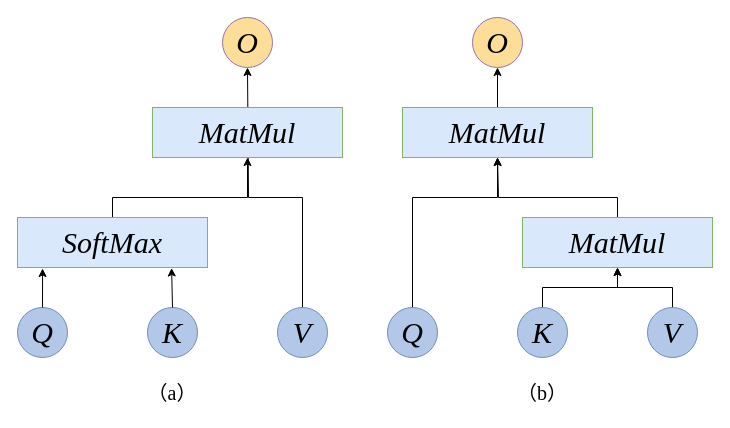
lengyueit/paper_pic keeps this draw.io diagram as efficient_transformer/compare_att.drawio. Above is the earlier version. Source tidied: cells renumbered, new cells numbered last; positions are measured from the earlier drawing's top-left corner, leaving out a move shared by most shapes. Both pictures are drawn from the tidied source at 100%, with x=0, y=0 at pixel (17, 17).
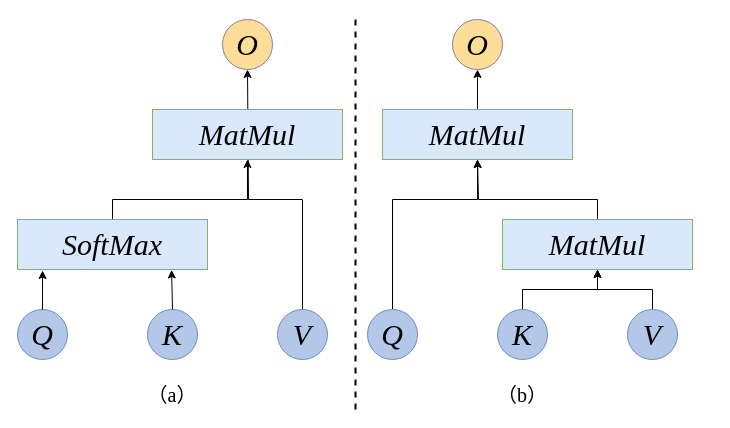
The same page after the edit.

The edit, as a diff of the source:
```diff
@@
     <mxCell id="2" style="edgeStyle=orthogonalEdgeStyle;rounded=0;jettySize=auto;html=1;exitX=0.5;exitY=0;exitDx=0;exitDy=0;entryX=0.5;entryY=1;entryDx=0;entryDy=0;" parent="1" edge="1" source="3" target="10">
       <mxGeometry relative="1" as="geometry">
         <Array as="points">
-          <mxPoint x="95" y="180" />
-          <mxPoint x="230" y="180" />
+          <mxPoint x="95" y="182" />
+          <mxPoint x="230" y="182" />
         </Array>
       </mxGeometry>
     </mxCell>
     <mxCell id="3" value="SoftMax" style="rounded=0;whiteSpace=wrap;html=1;fontFamily=Times New Roman;fontSize=30;fontStyle=2;fillColor=#dae8fc;strokeColor=#82b366;" parent="1" vertex="1">
-      <mxGeometry y="200" width="190" height="50" as="geometry" />
+      <mxGeometry y="202" width="190" height="50" as="geometry" />
     </mxCell>
     <mxCell id="4" value="&lt;i&gt;Q&lt;/i&gt;" style="ellipse;whiteSpace=wrap;html=1;fontFamily=Times New Roman;fontSize=30;fillColor=#b3c7e9;strokeColor=#6c8ebf;" parent="1" vertex="1">
-      <mxGeometry y="290" width="50" height="50" as="geometry" />
+      <mxGeometry y="292" width="50" height="50" as="geometry" />
     </mxCell>
     <mxCell id="5" value="&lt;i&gt;K&lt;/i&gt;" style="ellipse;whiteSpace=wrap;html=1;fontFamily=Times New Roman;fontSize=30;fillColor=#B3C7E9;strokeColor=#6c8ebf;" parent="1" vertex="1">
-      <mxGeometry x="130" y="290" width="50" height="50" as="geometry" />
+      <mxGeometry x="130" y="292" width="50" height="50" as="geometry" />
     </mxCell>
     <mxCell id="6" style="edgeStyle=orthogonalEdgeStyle;rounded=0;jettySize=auto;html=1;exitX=0.5;exitY=0;exitDx=0;exitDy=0;" parent="1" edge="1" source="7">
       <mxGeometry relative="1" as="geometry">
-        <mxPoint x="230" y="50" as="targetPoint" />
+        <mxPoint x="230" y="52" as="targetPoint" />
         <Array as="points">
-          <mxPoint x="285" y="180" />
-          <mxPoint x="231" y="180" />
+          <mxPoint x="285" y="182" />
+          <mxPoint x="231" y="182" />
         </Array>
       </mxGeometry>
     </mxCell>
     <mxCell id="7" value="&lt;i&gt;V&lt;/i&gt;" style="ellipse;whiteSpace=wrap;html=1;fontFamily=Times New Roman;fontSize=30;fillColor=#B3C7E9;strokeColor=#6c8ebf;" parent="1" vertex="1">
-      <mxGeometry x="260" y="290" width="50" height="50" as="geometry" />
+      <mxGeometry x="260" y="292" width="50" height="50" as="geometry" />
     </mxCell>
     <mxCell id="8" value="&lt;i&gt;O&lt;/i&gt;" style="ellipse;whiteSpace=wrap;html=1;fontFamily=Times New Roman;fontSize=30;fillColor=#fdde98;strokeColor=#9673a6;" parent="1" vertex="1">
-      <mxGeometry x="205" width="50" height="50" as="geometry" />
+      <mxGeometry x="205" y="2" width="50" height="50" as="geometry" />
     </mxCell>
     <mxCell id="9" value="&lt;span style=&quot;font-style: normal;&quot;&gt;（a）&lt;/span&gt;" style="text;html=1;align=center;verticalAlign=middle;whiteSpace=wrap;rounded=0;fontFamily=Times New Roman;fontSize=20;fontStyle=2;" parent="1" vertex="1">
-      <mxGeometry x="125" y="360" width="60" height="30" as="geometry" />
+      <mxGeometry x="125" y="362" width="60" height="30" as="geometry" />
     </mxCell>
     <mxCell id="10" value="MatMul" style="rounded=0;whiteSpace=wrap;html=1;fontFamily=Times New Roman;fontSize=30;fontStyle=2;fillColor=#dae8fc;strokeColor=#82b366;" parent="1" vertex="1">
-      <mxGeometry x="135" y="90" width="190" height="50" as="geometry" />
+      <mxGeometry x="135" y="92" width="190" height="50" as="geometry" />
     </mxCell>
@@
     <mxCell id="13" style="edgeStyle=orthogonalEdgeStyle;rounded=0;jettySize=auto;html=1;exitX=0.5;exitY=0;exitDx=0;exitDy=0;" parent="1" edge="1" source="14">
       <mxGeometry relative="1" as="geometry">
-        <mxPoint x="480" y="140" as="targetPoint" />
+        <mxPoint x="460" y="142" as="targetPoint" />
         <Array as="points">
-          <mxPoint x="600" y="180" />
-          <mxPoint x="481" y="180" />
+          <mxPoint x="580" y="182" />
+          <mxPoint x="461" y="182" />
         </Array>
       </mxGeometry>
     </mxCell>
     <mxCell id="14" value="MatMul" style="rounded=0;whiteSpace=wrap;html=1;fontFamily=Times New Roman;fontSize=30;fontStyle=2;fillColor=#dae8fc;strokeColor=#82b366;" parent="1" vertex="1">
-      <mxGeometry x="505" y="200" width="190" height="50" as="geometry" />
+      <mxGeometry x="485" y="202" width="190" height="50" as="geometry" />
     </mxCell>
     <mxCell id="15" style="edgeStyle=orthogonalEdgeStyle;rounded=0;jettySize=auto;html=1;exitX=0.5;exitY=0;exitDx=0;exitDy=0;entryX=0.5;entryY=1;entryDx=0;entryDy=0;" parent="1" edge="1" source="16" target="24">
       <mxGeometry relative="1" as="geometry">
         <Array as="points">
-          <mxPoint x="395" y="180" />
-          <mxPoint x="480" y="180" />
+          <mxPoint x="375" y="182" />
+          <mxPoint x="460" y="182" />
         </Array>
       </mxGeometry>
     </mxCell>
     <mxCell id="16" value="&lt;i&gt;Q&lt;/i&gt;" style="ellipse;whiteSpace=wrap;html=1;fontFamily=Times New Roman;fontSize=30;fillColor=#b3c7e9;strokeColor=#6c8ebf;" parent="1" vertex="1">
-      <mxGeometry x="370" y="290" width="50" height="50" as="geometry" />
+      <mxGeometry x="350" y="292" width="50" height="50" as="geometry" />
     </mxCell>
@@
     <mxCell id="18" value="&lt;i&gt;K&lt;/i&gt;" style="ellipse;whiteSpace=wrap;html=1;fontFamily=Times New Roman;fontSize=30;fillColor=#B3C7E9;strokeColor=#6c8ebf;" parent="1" vertex="1">
-      <mxGeometry x="500" y="290" width="50" height="50" as="geometry" />
+      <mxGeometry x="480" y="292" width="50" height="50" as="geometry" />
     </mxCell>
@@
     <mxCell id="20" value="&lt;i&gt;V&lt;/i&gt;" style="ellipse;whiteSpace=wrap;html=1;fontFamily=Times New Roman;fontSize=30;fillColor=#B3C7E9;strokeColor=#6c8ebf;" parent="1" vertex="1">
-      <mxGeometry x="630" y="290" width="50" height="50" as="geometry" />
+      <mxGeometry x="610" y="292" width="50" height="50" as="geometry" />
     </mxCell>
     <mxCell id="21" value="&lt;i&gt;O&lt;/i&gt;" style="ellipse;whiteSpace=wrap;html=1;fontFamily=Times New Roman;fontSize=30;fillColor=#fdde98;strokeColor=#9673a6;" parent="1" vertex="1">
-      <mxGeometry x="455" width="50" height="50" as="geometry" />
+      <mxGeometry x="435" y="2" width="50" height="50" as="geometry" />
     </mxCell>
     <mxCell id="22" value="&lt;span style=&quot;font-style: normal;&quot;&gt;（b）&lt;/span&gt;" style="text;html=1;align=center;verticalAlign=middle;whiteSpace=wrap;rounded=0;fontFamily=Times New Roman;fontSize=20;fontStyle=2;" parent="1" vertex="1">
-      <mxGeometry x="495" y="360" width="60" height="30" as="geometry" />
+      <mxGeometry x="475" y="362" width="60" height="30" as="geometry" />
     </mxCell>
@@
     <mxCell id="24" value="MatMul" style="rounded=0;whiteSpace=wrap;html=1;fontFamily=Times New Roman;fontSize=30;fontStyle=2;fillColor=#dae8fc;strokeColor=#82b366;" parent="1" vertex="1">
-      <mxGeometry x="385" y="90" width="190" height="50" as="geometry" />
+      <mxGeometry x="365" y="92" width="190" height="50" as="geometry" />
     </mxCell>
+    <mxCell id="25" style="endArrow=none;dashed=1;html=1;rounded=0;strokeWidth=2;" parent="1" edge="1">
+      <mxGeometry relative="1" as="geometry">
+        <mxPoint x="338" y="392" as="sourcePoint" />
+        <mxPoint x="338" y="2" as="targetPoint" />
+      </mxGeometry>
+    </mxCell>
```
